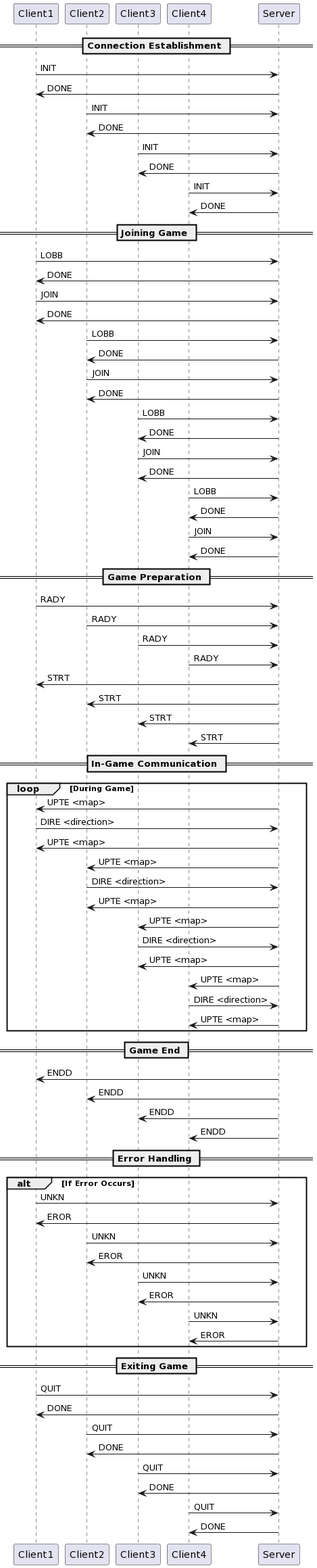
Above: docs/clientsPlay.png in Theodrosrun/loop-of-legends-udp (PlantUML), before the change. Its diagram source:
```plantuml
@startuml
participant Client1 as C1
participant Client2 as C2
participant Client3 as C3
participant Client4 as C4
participant Server as S

== Connection Establishment ==
C1-> S: INIT
S-> C1: DONE
C2-> S: INIT
S-> C2: DONE
C3-> S: INIT
S-> C3: DONE
C4-> S: INIT
S-> C4: DONE

== Joining Game ==
C1-> S: LOBB
S-> C1: DONE
C1-> S: JOIN
S-> C1: DONE
C2-> S: LOBB
S-> C2: DONE
C2-> S: JOIN
S-> C2: DONE
C3-> S: LOBB
S-> C3: DONE
C3-> S: JOIN
S-> C3: DONE
C4-> S: LOBB
S-> C4: DONE
C4-> S: JOIN
S-> C4: DONE

== Game Preparation ==
C1-> S: RADY
C2-> S: RADY
C3-> S: RADY
C4-> S: RADY
S-> C1: STRT
S-> C2: STRT
S-> C3: STRT
S-> C4: STRT

== In-Game Communication ==
loop During Game
    S-> C1: UPTE <map>
    C1-> S: DIRE <direction>
    S-> C1: UPTE <map>
    S-> C2: UPTE <map>
    C2-> S: DIRE <direction>
    S-> C2: UPTE <map>
    S-> C3: UPTE <map>
    C3-> S: DIRE <direction>
    S-> C3: UPTE <map>
    S-> C4: UPTE <map>
    C4-> S: DIRE <direction>
    S-> C4: UPTE <map>
end

== Game End ==
S-> C1: ENDD
S-> C2: ENDD
S-> C3: ENDD
S-> C4: ENDD

== Error Handling ==
alt If Error Occurs
    C1-> S: UNKN
    S-> C1: EROR
    C2-> S: UNKN
    S-> C2: EROR
    C3-> S: UNKN
    S-> C3: EROR
    C4-> S: UNKN
    S-> C4: EROR
end

== Exiting Game ==
C1-> S: QUIT
S-> C1: DONE
C2-> S: QUIT
S-> C2: DONE
C3-> S: QUIT
S-> C3: DONE
C4-> S: QUIT
S-> C4: DONE
@enduml
```
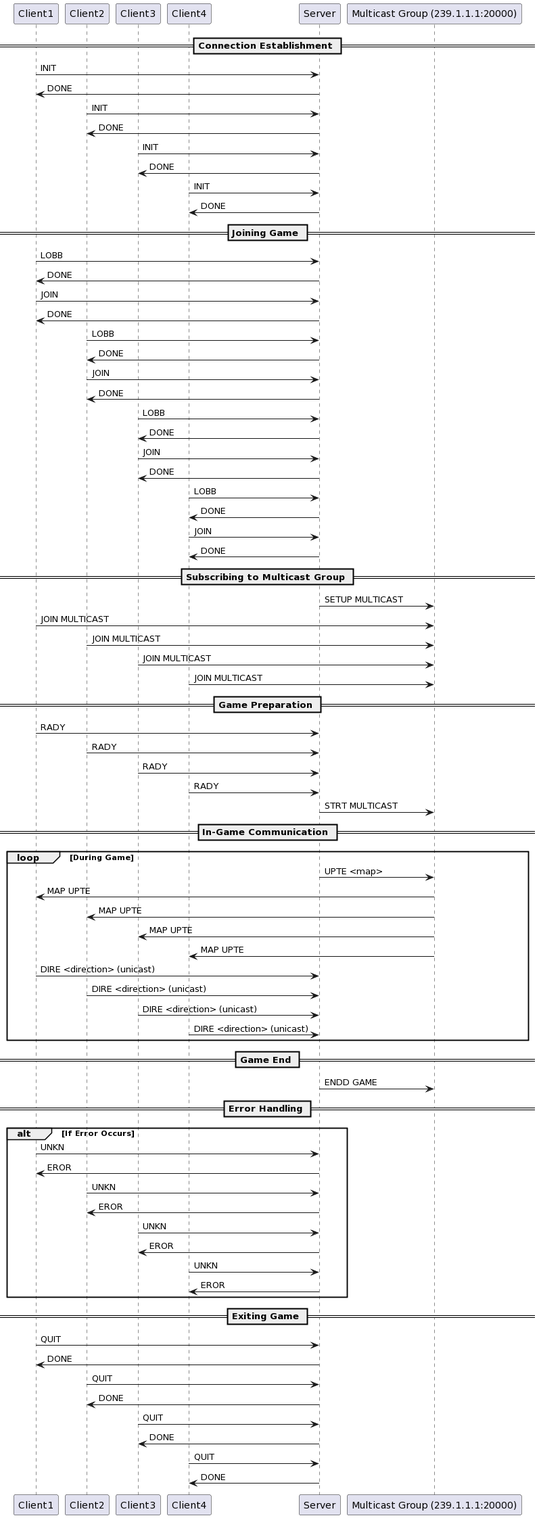
After the change.

What changed in the source:
```diff
@@ -4,6 +4,7 @@
 participant Client3 as C3
 participant Client4 as C4
 participant Server as S
+participant "Multicast Group (239.1.1.1:20000)" as MG
 
 == Connection Establishment ==
 C1-> S: INIT
@@ -33,37 +34,36 @@
 C4-> S: JOIN
 S-> C4: DONE
 
+== Subscribing to Multicast Group ==
+S-> MG: SETUP MULTICAST
+C1-> MG: JOIN MULTICAST
+C2-> MG: JOIN MULTICAST
+C3-> MG: JOIN MULTICAST
+C4-> MG: JOIN MULTICAST
+
 == Game Preparation ==
 C1-> S: RADY
 C2-> S: RADY
 C3-> S: RADY
 C4-> S: RADY
-S-> C1: STRT
-S-> C2: STRT
-S-> C3: STRT
-S-> C4: STRT
+S-> MG: STRT MULTICAST
 
 == In-Game Communication ==
 loop During Game
-    S-> C1: UPTE <map>
-    C1-> S: DIRE <direction>
-    S-> C1: UPTE <map>
-    S-> C2: UPTE <map>
-    C2-> S: DIRE <direction>
-    S-> C2: UPTE <map>
-    S-> C3: UPTE <map>
-    C3-> S: DIRE <direction>
-    S-> C3: UPTE <map>
-    S-> C4: UPTE <map>
-    C4-> S: DIRE <direction>
-    S-> C4: UPTE <map>
+    S-> MG: UPTE <map>
+    MG-> C1: MAP UPTE
+    MG-> C2: MAP UPTE
+    MG-> C3: MAP UPTE
+    MG-> C4: MAP UPTE
+
+    C1-> S: DIRE <direction> (unicast)
+    C2-> S: DIRE <direction> (unicast)
+    C3-> S: DIRE <direction> (unicast)
+    C4-> S: DIRE <direction> (unicast)
 end
 
 == Game End ==
-S-> C1: ENDD
-S-> C2: ENDD
-S-> C3: ENDD
-S-> C4: ENDD
+S-> MG: ENDD GAME
 
 == Error Handling ==
 alt If Error Occurs
```
